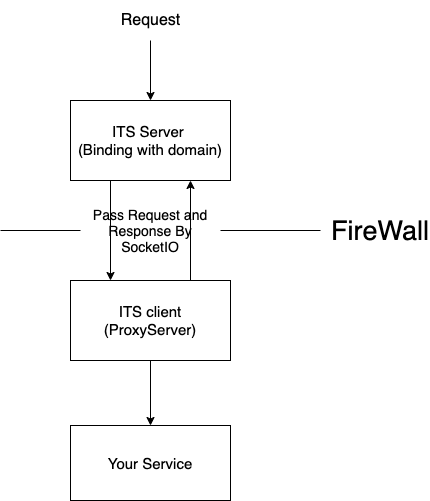
Before: structure.png, a diagram exported from draw.io (skynocover/IntrospectedTunnelsSocket). Source tidied: cells renumbered, new cells last; positions are measured from the earlier drawing's top-left corner, leaving out a move shared by most shapes. Its diagram source:
```xml
<mxGraphModel>
  <root>
    <mxCell id="0" />
    <mxCell id="1" parent="0" />
    <mxCell id="2" value="&lt;span style=&quot;font-size: 15px&quot;&gt;ITS Server &lt;br&gt;(Binding with domain)&lt;/span&gt;" style="rounded=0;whiteSpace=wrap;html=1;fontSize=15;" parent="1" vertex="1">
      <mxGeometry x="70" y="100" width="160" height="80" as="geometry" />
    </mxCell>
    <mxCell id="3" style="endArrow=none;html=1;" parent="1" edge="1" source="10">
      <mxGeometry relative="1" as="geometry">
        <mxPoint y="230" as="targetPoint" />
      </mxGeometry>
    </mxCell>
    <mxCell id="4" value="ITS client&lt;br style=&quot;font-size: 15px;&quot;&gt;(ProxyServer)" style="rounded=0;whiteSpace=wrap;html=1;fontSize=15;" parent="1" vertex="1">
      <mxGeometry x="70" y="280" width="160" height="80" as="geometry" />
    </mxCell>
    <mxCell id="5" style="endArrow=classic;html=1;exitX=0.25;exitY=1;exitDx=0;exitDy=0;entryX=0.25;entryY=0;entryDx=0;entryDy=0;" parent="1" edge="1" source="2" target="4">
      <mxGeometry relative="1" as="geometry" />
    </mxCell>
    <mxCell id="6" value="&lt;font style=&quot;font-size: 27px&quot;&gt;FireWall&lt;/font&gt;" style="text;html=1;strokeColor=none;fillColor=none;align=center;verticalAlign=middle;whiteSpace=wrap;rounded=0;" parent="1" vertex="1">
      <mxGeometry x="360" y="220" width="40" height="20" as="geometry" />
    </mxCell>
    <mxCell id="7" style="edgeStyle=orthogonalEdgeStyle;rounded=0;jettySize=auto;html=1;fontSize=16;entryX=0.5;entryY=0;entryDx=0;entryDy=0;" parent="1" edge="1" target="2">
      <mxGeometry relative="1" as="geometry">
        <mxPoint x="150" y="40" as="sourcePoint" />
      </mxGeometry>
    </mxCell>
    <mxCell id="8" value="Request" style="text;html=1;strokeColor=none;fillColor=none;align=center;verticalAlign=middle;whiteSpace=wrap;rounded=0;fontSize=16;" parent="1" vertex="1">
      <mxGeometry x="97.5" width="105" height="40" as="geometry" />
    </mxCell>
    <mxCell id="9" style="endArrow=classic;html=1;fontSize=16;exitX=0.75;exitY=0;exitDx=0;exitDy=0;entryX=0.75;entryY=1;entryDx=0;entryDy=0;" parent="1" edge="1" source="4" target="2">
      <mxGeometry relative="1" as="geometry" />
    </mxCell>
    <mxCell id="10" value="Pass Request and Response By SocketIO" style="text;html=1;strokeColor=none;fillColor=none;align=center;verticalAlign=middle;whiteSpace=wrap;rounded=0;fontSize=14;" parent="1" vertex="1">
      <mxGeometry x="80" y="190" width="140" height="80" as="geometry" />
    </mxCell>
    <mxCell id="11" style="endArrow=none;html=1;" parent="1" edge="1" target="10">
      <mxGeometry relative="1" as="geometry">
        <mxPoint x="320" y="230" as="sourcePoint" />
      </mxGeometry>
    </mxCell>
    <mxCell id="12" value="Your Service" style="rounded=0;whiteSpace=wrap;html=1;fontSize=15;" parent="1" vertex="1">
      <mxGeometry x="70" y="425" width="160" height="75" as="geometry" />
    </mxCell>
    <mxCell id="13" style="endArrow=classic;html=1;fontSize=15;exitX=0.5;exitY=1;exitDx=0;exitDy=0;entryX=0.5;entryY=0;entryDx=0;entryDy=0;" parent="1" edge="1" source="4" target="12">
      <mxGeometry relative="1" as="geometry" />
    </mxCell>
  </root>
</mxGraphModel>
```
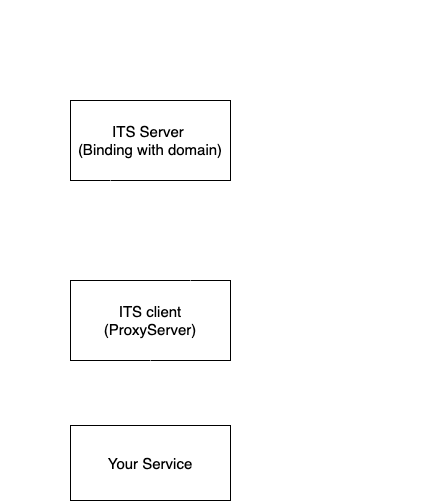
The same diagram one commit later.

The edit, as a diff of the source:
```diff
@@ -1,11 +1,11 @@
-<mxGraphModel>
+<mxGraphModel shadow="1">
   <root>
     <mxCell id="0" />
     <mxCell id="1" parent="0" />
     <mxCell id="2" value="&lt;span style=&quot;font-size: 15px&quot;&gt;ITS Server &lt;br&gt;(Binding with domain)&lt;/span&gt;" style="rounded=0;whiteSpace=wrap;html=1;fontSize=15;" parent="1" vertex="1">
       <mxGeometry x="70" y="100" width="160" height="80" as="geometry" />
     </mxCell>
-    <mxCell id="3" style="endArrow=none;html=1;" parent="1" edge="1" source="10">
+    <mxCell id="3" style="endArrow=none;html=1;fontColor=#000000;strokeColor=#FFFFFF;" parent="1" edge="1" source="10">
       <mxGeometry relative="1" as="geometry">
         <mxPoint y="230" as="targetPoint" />
       </mxGeometry>
@@ -13,27 +13,27 @@
     <mxCell id="4" value="ITS client&lt;br style=&quot;font-size: 15px;&quot;&gt;(ProxyServer)" style="rounded=0;whiteSpace=wrap;html=1;fontSize=15;" parent="1" vertex="1">
       <mxGeometry x="70" y="280" width="160" height="80" as="geometry" />
     </mxCell>
-    <mxCell id="5" style="endArrow=classic;html=1;exitX=0.25;exitY=1;exitDx=0;exitDy=0;entryX=0.25;entryY=0;entryDx=0;entryDy=0;" parent="1" edge="1" source="2" target="4">
+    <mxCell id="5" style="endArrow=classic;html=1;exitX=0.25;exitY=1;exitDx=0;exitDy=0;entryX=0.25;entryY=0;entryDx=0;entryDy=0;strokeColor=#FFFFFF;" parent="1" edge="1" source="2" target="4">
       <mxGeometry relative="1" as="geometry" />
     </mxCell>
-    <mxCell id="6" value="&lt;font style=&quot;font-size: 27px&quot;&gt;FireWall&lt;/font&gt;" style="text;html=1;strokeColor=none;fillColor=none;align=center;verticalAlign=middle;whiteSpace=wrap;rounded=0;" parent="1" vertex="1">
+    <mxCell id="6" value="&lt;font style=&quot;font-size: 27px&quot;&gt;FireWall&lt;/font&gt;" style="text;html=1;fillColor=none;align=center;verticalAlign=middle;whiteSpace=wrap;rounded=0;fontColor=#FFFFFF;" parent="1" vertex="1">
       <mxGeometry x="360" y="220" width="40" height="20" as="geometry" />
     </mxCell>
-    <mxCell id="7" style="edgeStyle=orthogonalEdgeStyle;rounded=0;jettySize=auto;html=1;fontSize=16;entryX=0.5;entryY=0;entryDx=0;entryDy=0;" parent="1" edge="1" target="2">
+    <mxCell id="7" style="edgeStyle=orthogonalEdgeStyle;rounded=0;jettySize=auto;html=1;fontSize=16;entryX=0.5;entryY=0;entryDx=0;entryDy=0;fontColor=#000000;labelBorderColor=#000000;labelBackgroundColor=#000000;strokeColor=#FFFFFF;" parent="1" edge="1" target="2">
       <mxGeometry relative="1" as="geometry">
         <mxPoint x="150" y="40" as="sourcePoint" />
       </mxGeometry>
     </mxCell>
-    <mxCell id="8" value="Request" style="text;html=1;strokeColor=none;fillColor=none;align=center;verticalAlign=middle;whiteSpace=wrap;rounded=0;fontSize=16;" parent="1" vertex="1">
+    <mxCell id="8" value="Request" style="text;html=1;fillColor=none;align=center;verticalAlign=middle;whiteSpace=wrap;rounded=0;fontSize=16;fontColor=#FFFFFF;" parent="1" vertex="1">
       <mxGeometry x="97.5" width="105" height="40" as="geometry" />
     </mxCell>
-    <mxCell id="9" style="endArrow=classic;html=1;fontSize=16;exitX=0.75;exitY=0;exitDx=0;exitDy=0;entryX=0.75;entryY=1;entryDx=0;entryDy=0;" parent="1" edge="1" source="4" target="2">
+    <mxCell id="9" style="endArrow=classic;html=1;fontSize=16;exitX=0.75;exitY=0;exitDx=0;exitDy=0;entryX=0.75;entryY=1;entryDx=0;entryDy=0;strokeColor=#FFFFFF;" parent="1" edge="1" source="4" target="2">
       <mxGeometry relative="1" as="geometry" />
     </mxCell>
-    <mxCell id="10" value="Pass Request and Response By SocketIO" style="text;html=1;strokeColor=none;fillColor=none;align=center;verticalAlign=middle;whiteSpace=wrap;rounded=0;fontSize=14;" parent="1" vertex="1">
-      <mxGeometry x="80" y="190" width="140" height="80" as="geometry" />
+    <mxCell id="10" value="Pass Request and Response By SocketIO" style="text;html=1;fillColor=none;align=center;verticalAlign=middle;whiteSpace=wrap;rounded=0;fontSize=14;fontColor=#FFFFFF;" parent="1" vertex="1">
+      <mxGeometry x="80" y="197" width="140" height="66" as="geometry" />
     </mxCell>
-    <mxCell id="11" style="endArrow=none;html=1;" parent="1" edge="1" target="10">
+    <mxCell id="11" style="endArrow=none;html=1;fontColor=#000000;strokeColor=#FFFFFF;" parent="1" edge="1" target="10">
       <mxGeometry relative="1" as="geometry">
         <mxPoint x="320" y="230" as="sourcePoint" />
       </mxGeometry>
@@ -41,7 +41,7 @@
     <mxCell id="12" value="Your Service" style="rounded=0;whiteSpace=wrap;html=1;fontSize=15;" parent="1" vertex="1">
       <mxGeometry x="70" y="425" width="160" height="75" as="geometry" />
     </mxCell>
-    <mxCell id="13" style="endArrow=classic;html=1;fontSize=15;exitX=0.5;exitY=1;exitDx=0;exitDy=0;entryX=0.5;entryY=0;entryDx=0;entryDy=0;" parent="1" edge="1" source="4" target="12">
+    <mxCell id="13" style="endArrow=classic;html=1;fontSize=15;exitX=0.5;exitY=1;exitDx=0;exitDy=0;entryX=0.5;entryY=0;entryDx=0;entryDy=0;strokeColor=#FFFFFF;" parent="1" edge="1" source="4" target="12">
       <mxGeometry relative="1" as="geometry" />
     </mxCell>
   </root>
```
